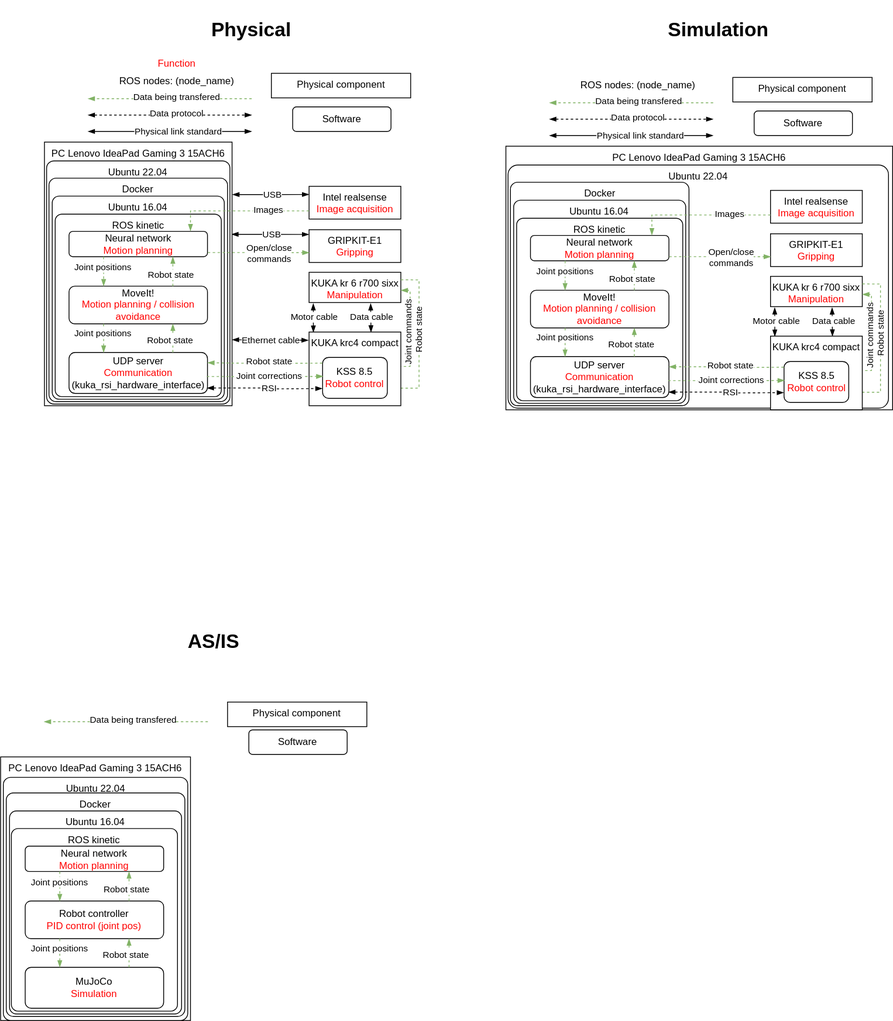
The draw.io diagram system_architecture.drawio.svg in kasperfg16/p8_sewbot, before a commit. Source tidied: cells renumbered, new cells last; positions are measured from the earlier drawing's top-left corner, leaving out a move shared by most shapes.
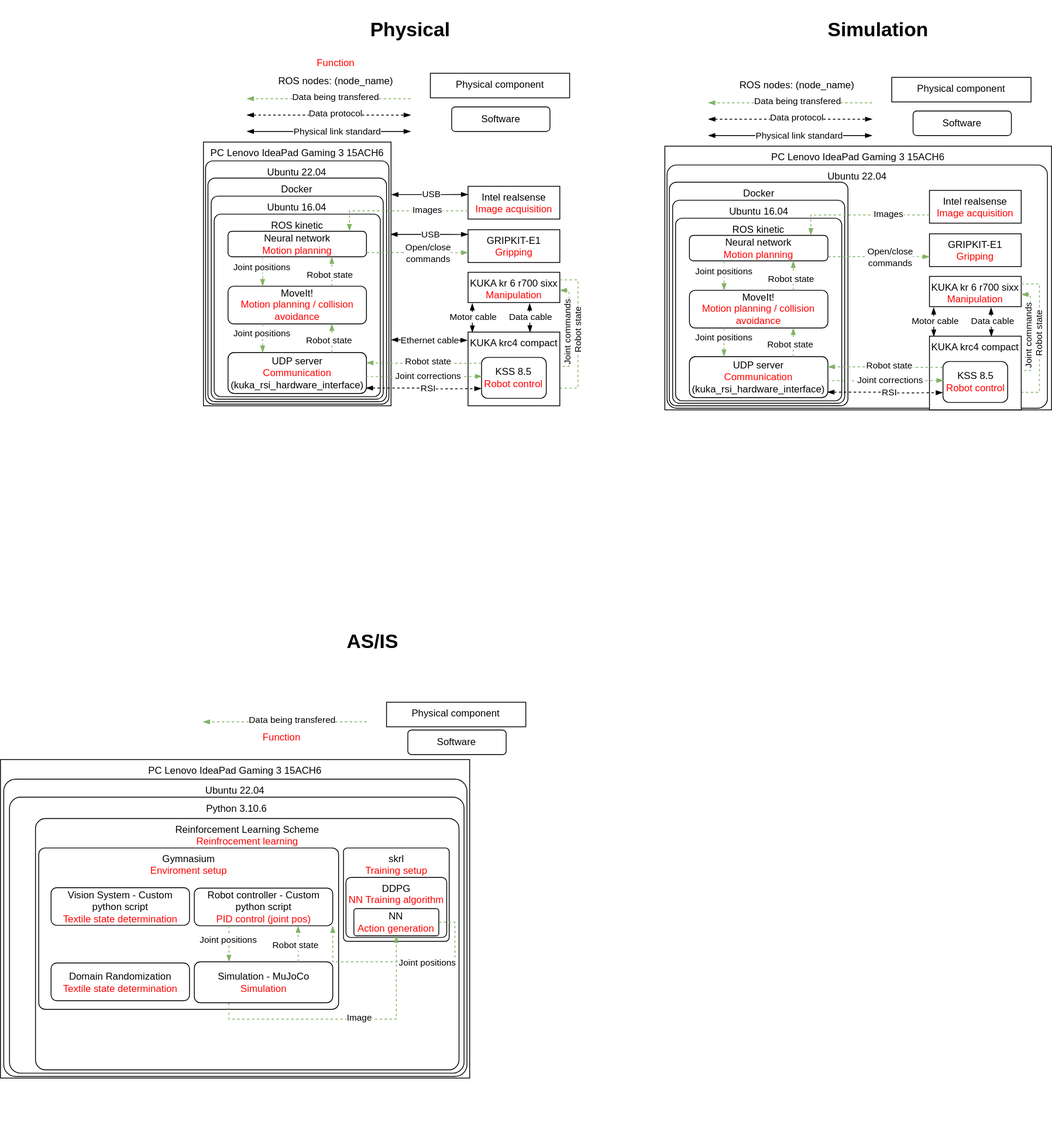
Above is the later version.

What changed in the source:
```diff
@@ -457,10 +457,10 @@
       <mxGeometry x="806" width="141" height="73" as="geometry" />
     </mxCell>
     <mxCell id="110" value="PC&amp;nbsp;Lenovo IdeaPad Gaming 3 15ACH6" style="rounded=0;whiteSpace=wrap;html=1;verticalAlign=top;" parent="1" vertex="1">
-      <mxGeometry x="0.3" y="924" width="231.7" height="322" as="geometry" />
+      <mxGeometry x="-194" y="927" width="572.7" height="389" as="geometry" />
     </mxCell>
     <mxCell id="111" value="Ubuntu 22.04" style="rounded=1;whiteSpace=wrap;html=1;verticalAlign=top;arcSize=4;" parent="1" vertex="1">
-      <mxGeometry x="3.6" y="949" width="225.1" height="297" as="geometry" />
+      <mxGeometry x="-190" y="951" width="565.4" height="363" as="geometry" />
     </mxCell>
     <mxCell id="112" style="edgeStyle=orthogonalEdgeStyle;rounded=0;orthogonalLoop=1;jettySize=auto;html=1;exitX=0;exitY=0.25;exitDx=0;exitDy=0;dashed=1;endArrow=blockThin;endFill=1;startArrow=none;startFill=0;fillColor=#d5e8d4;strokeColor=#82b366;entryX=1;entryY=0.25;entryDx=0;entryDy=0;" parent="1" edge="1">
       <mxGeometry relative="1" as="geometry">
@@ -482,41 +482,65 @@
     <mxCell id="116" value="Software" style="rounded=1;whiteSpace=wrap;html=1;" parent="1" vertex="1">
       <mxGeometry x="303.3" y="891" width="120" height="30" as="geometry" />
     </mxCell>
-    <mxCell id="117" value="Docker" style="rounded=1;whiteSpace=wrap;html=1;verticalAlign=top;arcSize=4;" parent="1" vertex="1">
-      <mxGeometry x="7.1" y="968" width="218" height="273" as="geometry" />
+    <mxCell id="117" value="Python 3.10.6" style="rounded=1;whiteSpace=wrap;html=1;verticalAlign=top;arcSize=4;" parent="1" vertex="1">
+      <mxGeometry x="-183" y="973" width="554.9" height="337" as="geometry" />
     </mxCell>
-    <mxCell id="118" value="Ubuntu 16.04" style="rounded=1;whiteSpace=wrap;html=1;verticalAlign=top;arcSize=4;" parent="1" vertex="1">
-      <mxGeometry x="11.1" y="990" width="210" height="248" as="geometry" />
-    </mxCell>
-    <mxCell id="119" value="ROS kinetic" style="rounded=1;whiteSpace=wrap;html=1;verticalAlign=top;arcSize=4;" parent="1" vertex="1">
-      <mxGeometry x="13.4" y="1011.5" width="202.8" height="223" as="geometry" />
-    </mxCell>
-    <mxCell id="120" value="Neural network&lt;br&gt;&lt;font color=&quot;#ff0000&quot;&gt;Motion planning&lt;/font&gt;" style="rounded=1;whiteSpace=wrap;html=1;" parent="1" vertex="1">
-      <mxGeometry x="30.3" y="1033" width="169" height="31" as="geometry" />
-    </mxCell>
+    <mxCell id="131" value="&lt;h1&gt;AS/IS&lt;/h1&gt;" style="text;html=1;align=center;verticalAlign=middle;strokeColor=none;fillColor=none;" parent="1" vertex="1">
+      <mxGeometry x="219.3" y="746" width="81" height="73" as="geometry" />
+    </mxCell>
+    <mxCell id="132" value="&lt;font color=&quot;#ff0000&quot;&gt;Function&lt;/font&gt;" style="text;html=1;align=center;verticalAlign=middle;strokeColor=none;fillColor=none;" parent="1" vertex="1">
+      <mxGeometry x="117" y="887" width="64" height="26" as="geometry" />
+    </mxCell>
+    <mxCell id="133" style="group;" parent="1" vertex="1">
+      <mxGeometry x="63.7" y="918" width="315" height="477" as="geometry" />
+    </mxCell>
+    <mxCell id="134" value="Reinforcement Learning Scheme&lt;br&gt;&lt;font color=&quot;#ff0000&quot;&gt;Reinfrocement learning&lt;/font&gt;" style="rounded=1;whiteSpace=wrap;html=1;verticalAlign=top;arcSize=4;" parent="133" vertex="1">
+      <mxGeometry x="-215" y="81" width="517" height="307" as="geometry" />
+    </mxCell>
+    <mxCell id="135" value="skrl&lt;br&gt;&lt;font color=&quot;#ff0000&quot;&gt;Training setup&lt;/font&gt;" style="rounded=1;whiteSpace=wrap;html=1;horizontal=1;verticalAlign=top;arcSize=4;" parent="133" vertex="1">
+      <mxGeometry x="161" y="117" width="129" height="114" as="geometry" />
+    </mxCell>
+    <mxCell id="136" value="DDPG&lt;br&gt;&lt;font color=&quot;#ff0000&quot;&gt;NN Training algorithm&lt;/font&gt;" style="rounded=1;whiteSpace=wrap;html=1;horizontal=1;verticalAlign=top;arcSize=8;" parent="133" vertex="1">
+      <mxGeometry x="164" y="153" width="123" height="73.3" as="geometry" />
+    </mxCell>
+    <mxCell id="137" value="NN&lt;br&gt;&lt;font color=&quot;#ff0000&quot;&gt;Action generation&lt;/font&gt;" style="rounded=1;whiteSpace=wrap;html=1;arcSize=10;" parent="133" vertex="1">
+      <mxGeometry x="173.7" y="191" width="103.7" height="33.3" as="geometry" />
+    </mxCell>
+    <mxCell id="138" value="Gymnasium&lt;br&gt;&lt;font color=&quot;#ff0000&quot;&gt;Enviroment setup&lt;/font&gt;" style="rounded=1;whiteSpace=wrap;html=1;horizontal=1;verticalAlign=top;arcSize=4;" parent="133" vertex="1">
+      <mxGeometry x="-211" y="117" width="366" height="197" as="geometry" />
+    </mxCell>
+    <mxCell id="123" style="edgeStyle=orthogonalEdgeStyle;rounded=0;jettySize=auto;html=1;exitX=1;exitY=0.5;exitDx=0;exitDy=0;dashed=1;endArrow=blockThin;endFill=1;startArrow=none;startFill=0;fillColor=#d5e8d4;strokeColor=#82b366;entryX=1;entryY=1;entryDx=0;entryDy=0;" parent="133" edge="1" source="137" target="121">
+      <mxGeometry relative="1" as="geometry">
+        <Array as="points">
+          <mxPoint x="297" y="208" />
+          <mxPoint x="297" y="256" />
+          <mxPoint x="148" y="256" />
+        </Array>
+      </mxGeometry>
+    </mxCell>
+    <mxCell id="124" value="Joint positions" style="edgeLabel;html=1;align=center;verticalAlign=middle;" parent="123" vertex="1">
+      <mxGeometry x="0.11" y="1" relative="1" as="geometry">
+        <mxPoint x="43" as="offset" />
+      </mxGeometry>
+    </mxCell>
+    <mxCell id="139" style="edgeStyle=orthogonalEdgeStyle;rounded=0;jettySize=auto;html=1;exitX=0.25;exitY=1;exitDx=0;exitDy=0;dashed=1;endArrow=blockThin;endFill=1;startArrow=none;startFill=0;fillColor=#d5e8d4;strokeColor=#82b366;entryX=0.5;entryY=1;entryDx=0;entryDy=0;" parent="133" edge="1" source="122" target="137">
+      <mxGeometry relative="1" as="geometry" />
+    </mxCell>
+    <mxCell id="140" value="Image" style="edgeLabel;html=1;align=center;verticalAlign=middle;" parent="139" vertex="1">
+      <mxGeometry x="0.11" y="1" relative="1" as="geometry">
+        <mxPoint x="-3" y="-1" as="offset" />
+      </mxGeometry>
+    </mxCell>
+    <mxCell id="141" style="group;" parent="133" vertex="1">
+      <mxGeometry x="-224" y="117" width="379" height="304" as="geometry" />
+    </mxCell>
-    <mxCell id="121" value="Robot controller&lt;br&gt;&lt;font color=&quot;#ff0000&quot;&gt;PID control (joint pos)&lt;/font&gt;" style="rounded=1;whiteSpace=wrap;html=1;" parent="1" vertex="1">
-      <mxGeometry x="30.3" y="1100" width="169" height="46" as="geometry" />
+    <mxCell id="121" value="Robot controller - Custom python script&lt;br&gt;&lt;font color=&quot;#ff0000&quot;&gt;PID control (joint pos)&lt;/font&gt;" style="rounded=1;whiteSpace=wrap;html=1;" parent="141" vertex="1">
+      <mxGeometry x="202.9" y="49" width="169" height="46" as="geometry" />
     </mxCell>
-    <mxCell id="122" value="MuJoCo&lt;br&gt;&lt;font color=&quot;#ff0000&quot;&gt;Simulation&lt;/font&gt;" style="rounded=1;whiteSpace=wrap;html=1;" parent="1" vertex="1">
-      <mxGeometry x="30.3" y="1181" width="169" height="50" as="geometry" />
+    <mxCell id="122" value="Simulation - MuJoCo&lt;br&gt;&lt;font color=&quot;#ff0000&quot;&gt;Simulation&lt;/font&gt;" style="rounded=1;whiteSpace=wrap;html=1;" parent="141" vertex="1">
+      <mxGeometry x="202.9" y="139" width="169" height="50" as="geometry" />
     </mxCell>
-    <mxCell id="123" style="edgeStyle=orthogonalEdgeStyle;rounded=0;jettySize=auto;html=1;exitX=0.25;exitY=1;exitDx=0;exitDy=0;dashed=1;endArrow=blockThin;endFill=1;startArrow=none;startFill=0;fillColor=#d5e8d4;strokeColor=#82b366;entryX=0.25;entryY=0;entryDx=0;entryDy=0;" parent="1" edge="1" source="120" target="121">
-      <mxGeometry relative="1" as="geometry" />
-    </mxCell>
-    <mxCell id="124" value="Joint positions" style="edgeLabel;html=1;align=center;verticalAlign=middle;" parent="123" vertex="1">
-      <mxGeometry x="0.11" y="1" relative="1" as="geometry">
-        <mxPoint x="-2" y="-7" as="offset" />
-      </mxGeometry>
-    </mxCell>
-    <mxCell id="125" style="edgeStyle=orthogonalEdgeStyle;rounded=0;jettySize=auto;html=1;exitX=0.75;exitY=0;exitDx=0;exitDy=0;dashed=1;endArrow=blockThin;endFill=1;startArrow=none;startFill=0;fillColor=#d5e8d4;strokeColor=#82b366;entryX=0.75;entryY=1;entryDx=0;entryDy=0;" parent="1" edge="1" source="121" target="120">
-      <mxGeometry relative="1" as="geometry" />
-    </mxCell>
-    <mxCell id="126" value="Robot state" style="edgeLabel;html=1;align=center;verticalAlign=middle;" parent="125" vertex="1">
-      <mxGeometry x="0.11" y="1" relative="1" as="geometry">
-        <mxPoint x="-2" y="6" as="offset" />
-      </mxGeometry>
-    </mxCell>
-    <mxCell id="127" style="edgeStyle=orthogonalEdgeStyle;rounded=0;jettySize=auto;html=1;exitX=0.75;exitY=0;exitDx=0;exitDy=0;dashed=1;endArrow=blockThin;endFill=1;startArrow=none;startFill=0;fillColor=#d5e8d4;strokeColor=#82b366;entryX=0.75;entryY=1;entryDx=0;entryDy=0;" parent="1" edge="1" source="122" target="121">
+    <mxCell id="127" style="edgeStyle=orthogonalEdgeStyle;rounded=0;jettySize=auto;html=1;exitX=0.75;exitY=0;exitDx=0;exitDy=0;dashed=1;endArrow=blockThin;endFill=1;startArrow=none;startFill=0;fillColor=#d5e8d4;strokeColor=#82b366;entryX=0.75;entryY=1;entryDx=0;entryDy=0;" parent="141" edge="1" source="122" target="121">
       <mxGeometry relative="1" as="geometry" />
     </mxCell>
     <mxCell id="128" value="Robot state" style="edgeLabel;html=1;align=center;verticalAlign=middle;" parent="127" vertex="1">
@@ -524,7 +548,7 @@
         <mxPoint x="-3" y="4" as="offset" />
       </mxGeometry>
     </mxCell>
-    <mxCell id="129" style="edgeStyle=orthogonalEdgeStyle;rounded=0;jettySize=auto;html=1;exitX=0.25;exitY=1;exitDx=0;exitDy=0;dashed=1;endArrow=blockThin;endFill=1;startArrow=none;startFill=0;fillColor=#d5e8d4;strokeColor=#82b366;entryX=0.25;entryY=0;entryDx=0;entryDy=0;" parent="1" edge="1" source="121" target="122">
+    <mxCell id="129" style="edgeStyle=orthogonalEdgeStyle;rounded=0;jettySize=auto;html=1;exitX=0.25;exitY=1;exitDx=0;exitDy=0;dashed=1;endArrow=blockThin;endFill=1;startArrow=none;startFill=0;fillColor=#d5e8d4;strokeColor=#82b366;entryX=0.25;entryY=0;entryDx=0;entryDy=0;" parent="141" edge="1" source="121" target="122">
       <mxGeometry relative="1" as="geometry" />
     </mxCell>
     <mxCell id="130" value="Joint positions" style="edgeLabel;html=1;align=center;verticalAlign=middle;" parent="129" vertex="1">
@@ -532,8 +556,11 @@
         <mxPoint x="-2" y="-8" as="offset" />
       </mxGeometry>
     </mxCell>
-    <mxCell id="131" value="&lt;h1&gt;AS/IS&lt;/h1&gt;" style="text;html=1;align=center;verticalAlign=middle;strokeColor=none;fillColor=none;" parent="1" vertex="1">
-      <mxGeometry x="219.3" y="746" width="81" height="73" as="geometry" />
-    </mxCell>
+    <mxCell id="142" value="Vision System - Custom python script&lt;br&gt;&lt;font color=&quot;#ff0000&quot;&gt;Textile state determination&lt;/font&gt;" style="rounded=1;whiteSpace=wrap;html=1;" parent="133" vertex="1">
+      <mxGeometry x="-196" y="165.5" width="169" height="46" as="geometry" />
+    </mxCell>
+    <mxCell id="143" value="Domain Randomization&lt;br&gt;&lt;font color=&quot;#ff0000&quot;&gt;Textile state determination&lt;/font&gt;" style="rounded=1;whiteSpace=wrap;html=1;" parent="133" vertex="1">
+      <mxGeometry x="-196" y="257.5" width="169" height="46" as="geometry" />
+    </mxCell>
   </root>
 </mxGraphModel>
```
